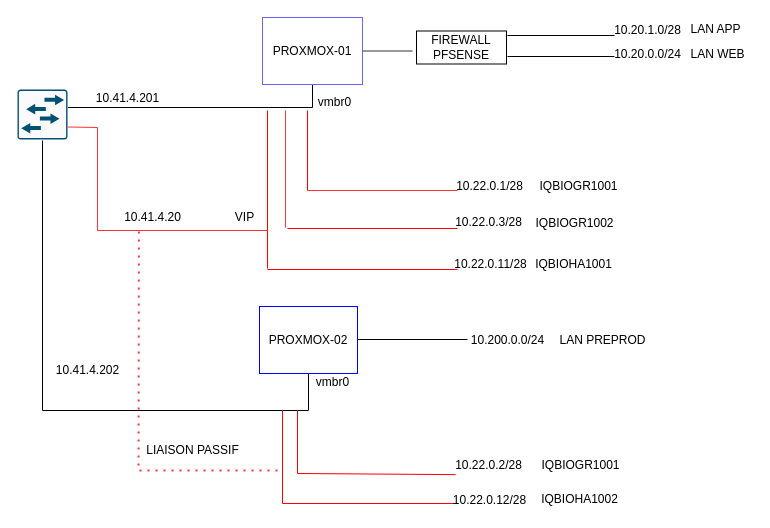
Earlier version of the draw.io diagram Untitled Diagram.drawio (randriamiranto/Zabbix). Source tidied: cells renumbered, new cells numbered last; positions are measured from the earlier drawing's top-left corner, leaving out a move shared by most shapes. Both pictures are drawn from the tidied source at 100%, with x=0, y=0 at pixel (17, 17).
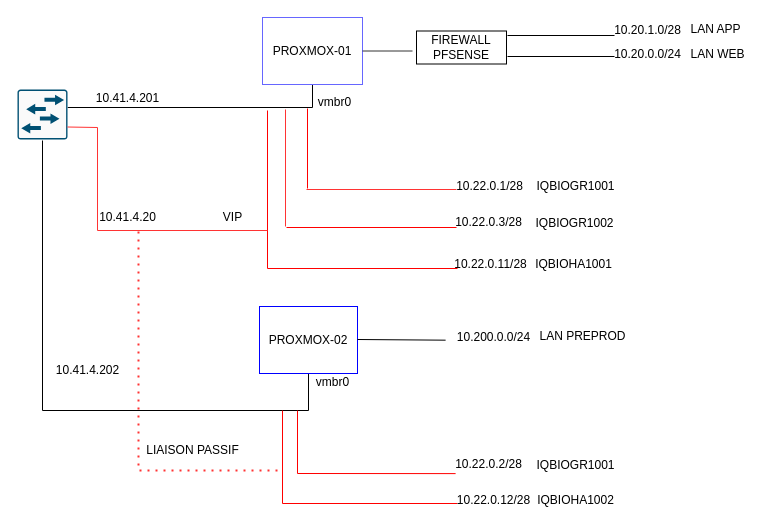
The same page after the edit.

The edit, as a diff of the source:
```diff
@@
     <mxCell id="4" style="endArrow=none;html=1;strokeColor=#FF0000;" parent="1" edge="1">
       <mxGeometry relative="1" as="geometry">
-        <mxPoint x="290" y="173" as="sourcePoint" />
-        <mxPoint x="290" y="93" as="targetPoint" />
+        <mxPoint x="290" y="171" as="sourcePoint" />
+        <mxPoint x="290" y="91" as="targetPoint" />
       </mxGeometry>
     </mxCell>
     <mxCell id="5" style="endArrow=none;html=1;strokeColor=#FF3333;" parent="1" edge="1">
       <mxGeometry relative="1" as="geometry">
-        <mxPoint x="290" y="173" as="sourcePoint" />
-        <mxPoint x="440" y="173" as="targetPoint" />
+        <mxPoint x="289" y="172" as="sourcePoint" />
+        <mxPoint x="439" y="172" as="targetPoint" />
       </mxGeometry>
     </mxCell>
@@
     <mxCell id="7" style="endArrow=none;html=1;strokeColor=#FF3333;" parent="1" edge="1">
       <mxGeometry relative="1" as="geometry">
-        <mxPoint x="268" y="210" as="sourcePoint" />
-        <mxPoint x="268" y="93" as="targetPoint" />
+        <mxPoint x="268" y="209" as="sourcePoint" />
+        <mxPoint x="268" y="92" as="targetPoint" />
       </mxGeometry>
     </mxCell>
     <mxCell id="8" style="endArrow=none;html=1;strokeColor=#FF0000;" parent="1" edge="1">
       <mxGeometry relative="1" as="geometry">
-        <mxPoint x="270" y="211" as="sourcePoint" />
-        <mxPoint x="440" y="211" as="targetPoint" />
+        <mxPoint x="269" y="210" as="sourcePoint" />
+        <mxPoint x="439" y="210" as="targetPoint" />
       </mxGeometry>
     </mxCell>
@@
-    <mxCell id="12" style="endArrow=none;html=1;exitX=1;exitY=0.75;exitDx=0;exitDy=0;" parent="1" edge="1">
+    <mxCell id="12" style="endArrow=none;html=1;exitX=1;exitY=0.75;exitDx=0;exitDy=0;entryX=-0.032;entryY=0.659;entryDx=0;entryDy=0;entryPerimeter=0;" parent="1" edge="1" target="26">
       <mxGeometry relative="1" as="geometry">
         <mxPoint x="340" y="322" as="sourcePoint" />
-        <mxPoint x="450" y="322" as="targetPoint" />
       </mxGeometry>
     </mxCell>
@@
     <mxCell id="16" style="endArrow=none;html=1;strokeColor=#FF0000;" parent="1" edge="1">
       <mxGeometry relative="1" as="geometry">
-        <mxPoint x="250" y="252" as="sourcePoint" />
-        <mxPoint x="440" y="252" as="targetPoint" />
+        <mxPoint x="250" y="251" as="sourcePoint" />
+        <mxPoint x="440" y="251" as="targetPoint" />
       </mxGeometry>
     </mxCell>
@@
     <mxCell id="20" value="10.41.4.20" style="text;html=1;align=center;verticalAlign=middle;points=[];" parent="1" vertex="1">
-      <mxGeometry x="100" y="190" width="70" height="20" as="geometry" />
+      <mxGeometry x="75" y="190" width="70" height="20" as="geometry" />
     </mxCell>
@@
     <mxCell id="26" value="10.200.0.0/24" style="text;html=1;align=center;verticalAlign=middle;points=[];" parent="1" vertex="1">
-      <mxGeometry x="445" y="312.5" width="90" height="20" as="geometry" />
+      <mxGeometry x="431" y="309.5" width="90" height="20" as="geometry" />
     </mxCell>
     <mxCell id="27" value="10.22.0.2/28" style="text;html=1;align=center;verticalAlign=middle;points=[];" parent="1" vertex="1">
-      <mxGeometry x="431" y="438" width="80" height="20" as="geometry" />
+      <mxGeometry x="431" y="437" width="80" height="20" as="geometry" />
     </mxCell>
     <mxCell id="28" value="10.22.0.12/28" style="text;html=1;align=center;verticalAlign=middle;" parent="1" vertex="1">
-      <mxGeometry x="427" y="473" width="90" height="20" as="geometry" />
+      <mxGeometry x="431" y="473" width="90" height="20" as="geometry" />
     </mxCell>
@@
     <mxCell id="31" value="VIP" style="text;html=1;align=center;verticalAlign=middle;" parent="1" vertex="1">
-      <mxGeometry x="212" y="190" width="30" height="20" as="geometry" />
+      <mxGeometry x="200" y="190" width="30" height="20" as="geometry" />
     </mxCell>
@@
-    <mxCell id="34" style="endArrow=none;dashed=1;html=1;dashPattern=1 3;strokeWidth=2;entryX=0.306;entryY=1.14;entryDx=0;entryDy=0;entryPerimeter=0;rounded=0;strokeColor=#FF3333;" parent="1" edge="1" target="20">
+    <mxCell id="34" style="endArrow=none;dashed=1;html=1;dashPattern=1 3;strokeWidth=2;rounded=0;strokeColor=#FF3333;entryX=0.657;entryY=1.15;entryDx=0;entryDy=0;entryPerimeter=0;" parent="1" edge="1" target="20">
       <mxGeometry relative="1" as="geometry">
         <mxPoint x="260" y="453" as="sourcePoint" />
         <Array as="points">
           <mxPoint x="121" y="453" />
         </Array>
       </mxGeometry>
     </mxCell>
@@
     <mxCell id="38" value="IQBIOGR1001" style="text;html=1;align=center;verticalAlign=middle;" parent="1" vertex="1">
-      <mxGeometry x="516" y="159" width="90" height="20" as="geometry" />
+      <mxGeometry x="513" y="159" width="90" height="20" as="geometry" />
     </mxCell>
@@
     <mxCell id="42" value="IQBIOHA1002" style="text;html=1;align=center;verticalAlign=middle;" parent="1" vertex="1">
-      <mxGeometry x="517" y="472" width="90" height="20" as="geometry" />
+      <mxGeometry x="513" y="473" width="90" height="20" as="geometry" />
     </mxCell>
     <mxCell id="43" value="IQBIOGR1001" style="text;html=1;align=center;verticalAlign=middle;" parent="1" vertex="1">
-      <mxGeometry x="518" y="438" width="90" height="20" as="geometry" />
+      <mxGeometry x="513" y="438" width="90" height="20" as="geometry" />
     </mxCell>
@@
     <mxCell id="46" value="LAN PREPROD" style="text;html=1;align=center;verticalAlign=middle;" parent="1" vertex="1">
-      <mxGeometry x="535" y="312.5" width="100" height="20" as="geometry" />
+      <mxGeometry x="515" y="308.5" width="100" height="20" as="geometry" />
     </mxCell>
```
